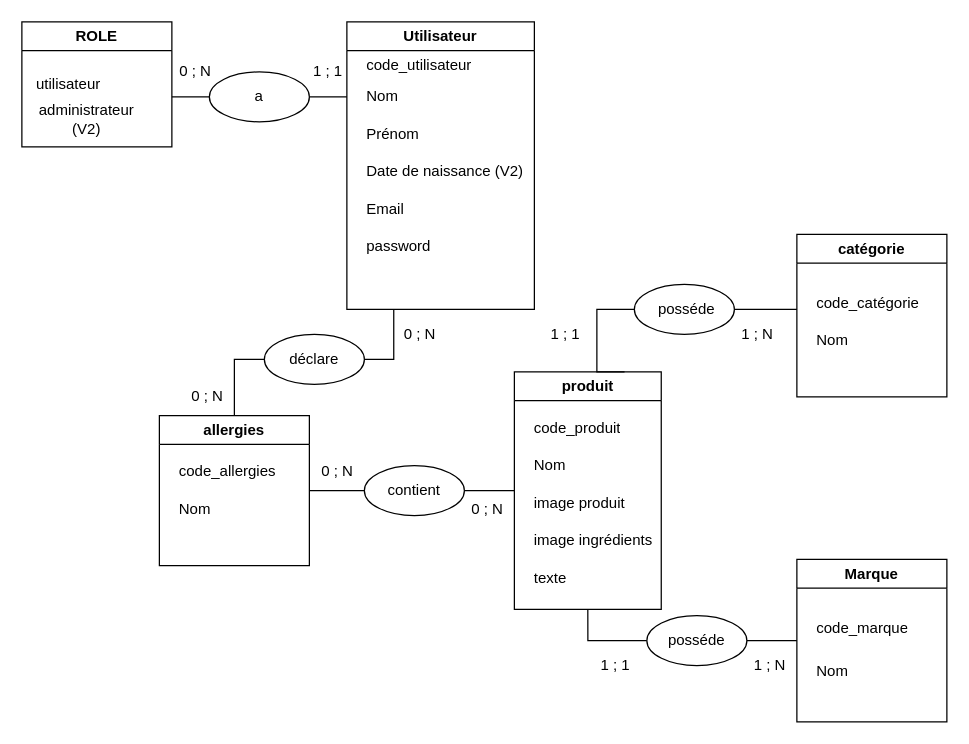
Earlier version of the draw.io diagram docs/MCDv3.drawio (LordThi/repo-back2). Source tidied: cells renumbered, new cells numbered last; positions are measured from the earlier drawing's top-left corner, leaving out a move shared by most shapes. Both pictures are drawn from the tidied source at 125%, with x=0, y=0 at pixel (21, 21).
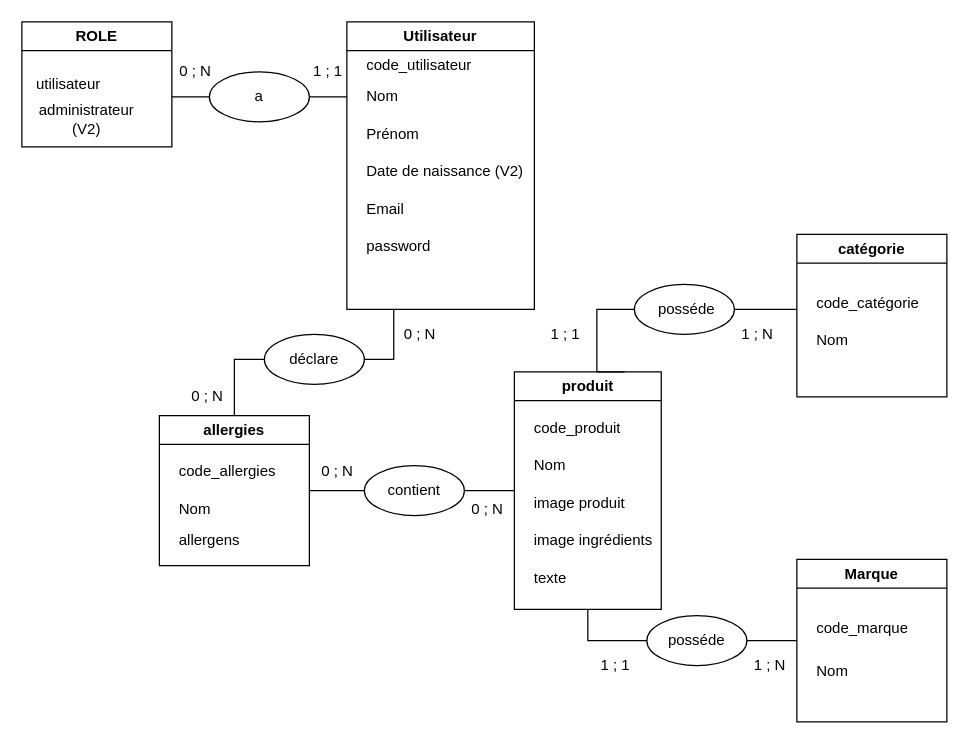
The same diagram, later.

The change refers to these unchanged cells:
```xml
<mxCell id="14" value="allergies" style="swimlane;whiteSpace=wrap;html=1;startSize=23;" parent="1" vertex="1">
  <mxGeometry x="110" y="315" width="120" height="120" as="geometry" />
</mxCell>
```

What changed in the source:
```diff
@@
+    <mxCell id="57" value="allergens" style="text;strokeColor=none;fillColor=none;align=left;verticalAlign=middle;spacingLeft=4;spacingRight=4;overflow=hidden;whiteSpace=wrap;html=1;" parent="14" vertex="1">
+      <mxGeometry x="10" y="85" width="80" height="30" as="geometry" />
+    </mxCell>
```
